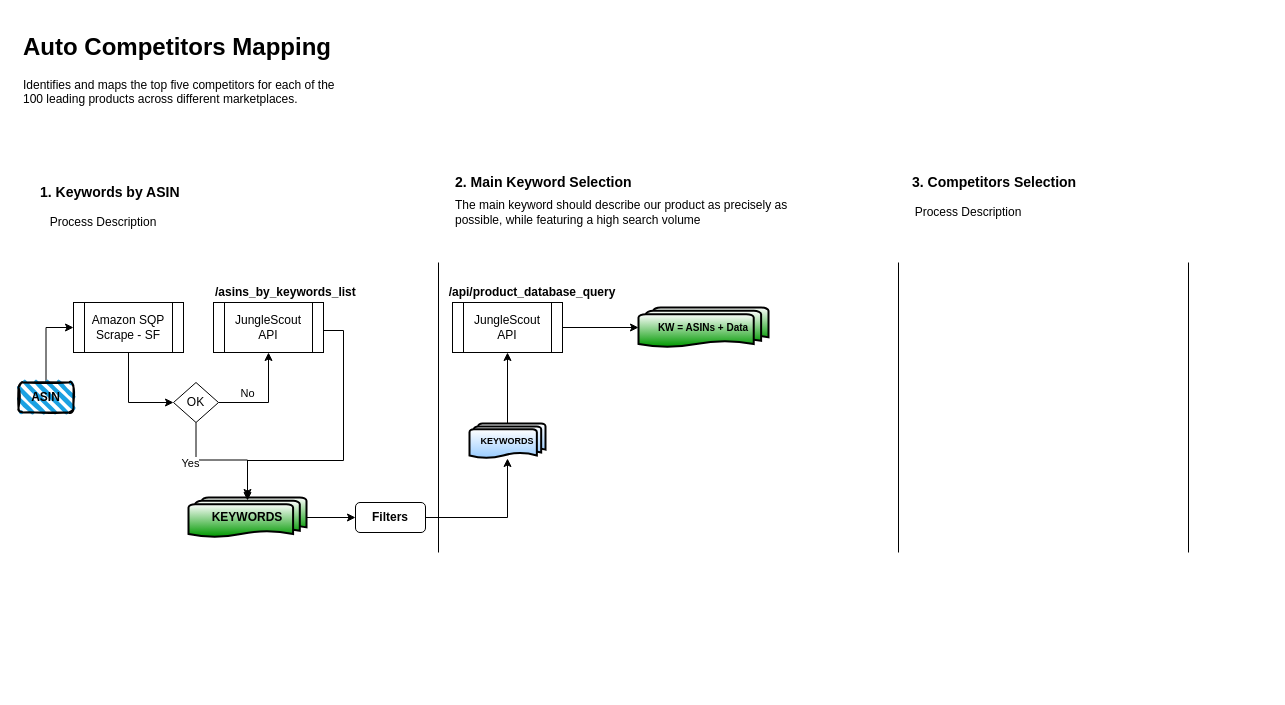
The draw.io diagram competitors-mapping/sx_competitors_mapping.drawio in rribeirosellerx/drawio, before the edit. Source tidied: cells renumbered, new cells numbered last; positions are measured from the earlier drawing's top-left corner, leaving out a move shared by most shapes. Both pictures are drawn from the tidied source at 100%, with x=0, y=0 at pixel (18, 27).
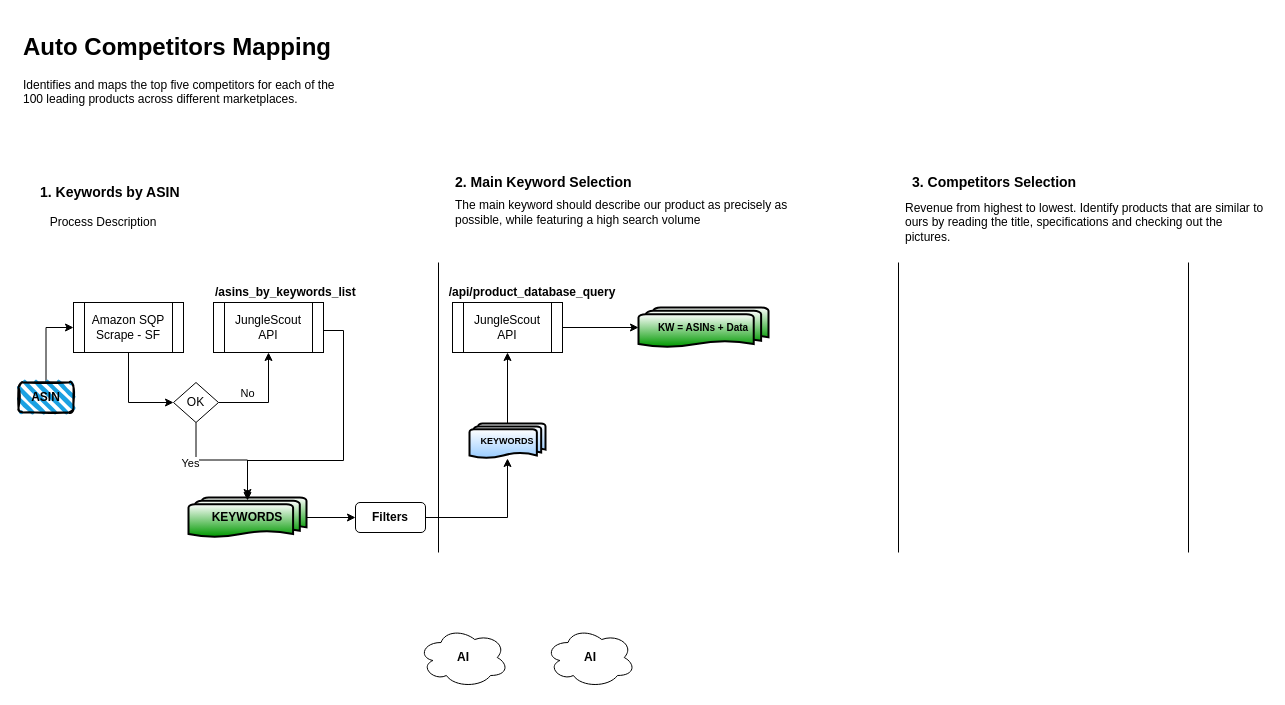
Above is the later version.

What changed in the source:
```diff
@@
-    <mxCell id="24" value="Process Description" style="text;html=1;strokeColor=none;fillColor=none;align=center;verticalAlign=middle;whiteSpace=wrap;rounded=0;" parent="1" vertex="1">
-      <mxGeometry x="885" y="170" width="130" height="30" as="geometry" />
+    <mxCell id="24" value="Revenue from highest to lowest. Identify products that are similar to ours by reading the title, specifications and checking out the pictures." style="text;html=1;strokeColor=none;fillColor=none;align=left;verticalAlign=middle;whiteSpace=wrap;rounded=0;" parent="1" vertex="1">
+      <mxGeometry x="885" y="170" width="365" height="50" as="geometry" />
     </mxCell>
@@
+    <mxCell id="34" value="&lt;b&gt;AI&lt;/b&gt;" style="ellipse;shape=cloud;whiteSpace=wrap;html=1;" parent="1" vertex="1">
+      <mxGeometry x="527" y="600" width="90" height="60" as="geometry" />
+    </mxCell>
+    <mxCell id="35" value="&lt;b&gt;AI&lt;/b&gt;" style="ellipse;shape=cloud;whiteSpace=wrap;html=1;" parent="1" vertex="1">
+      <mxGeometry x="400" y="600" width="90" height="60" as="geometry" />
+    </mxCell>
```
